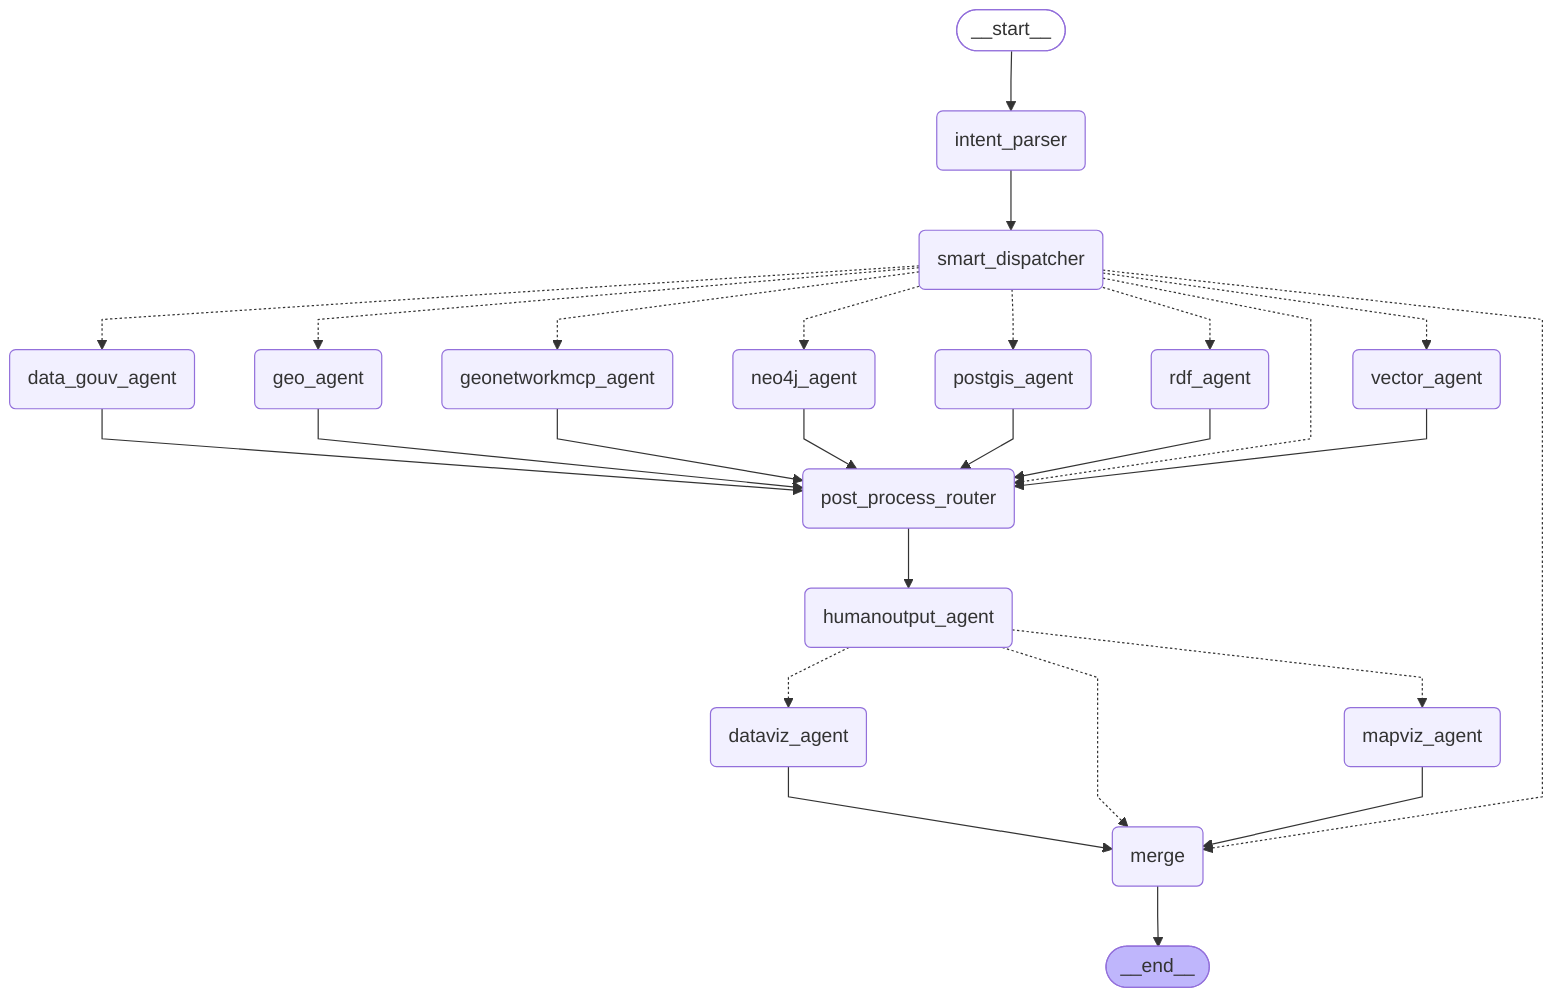
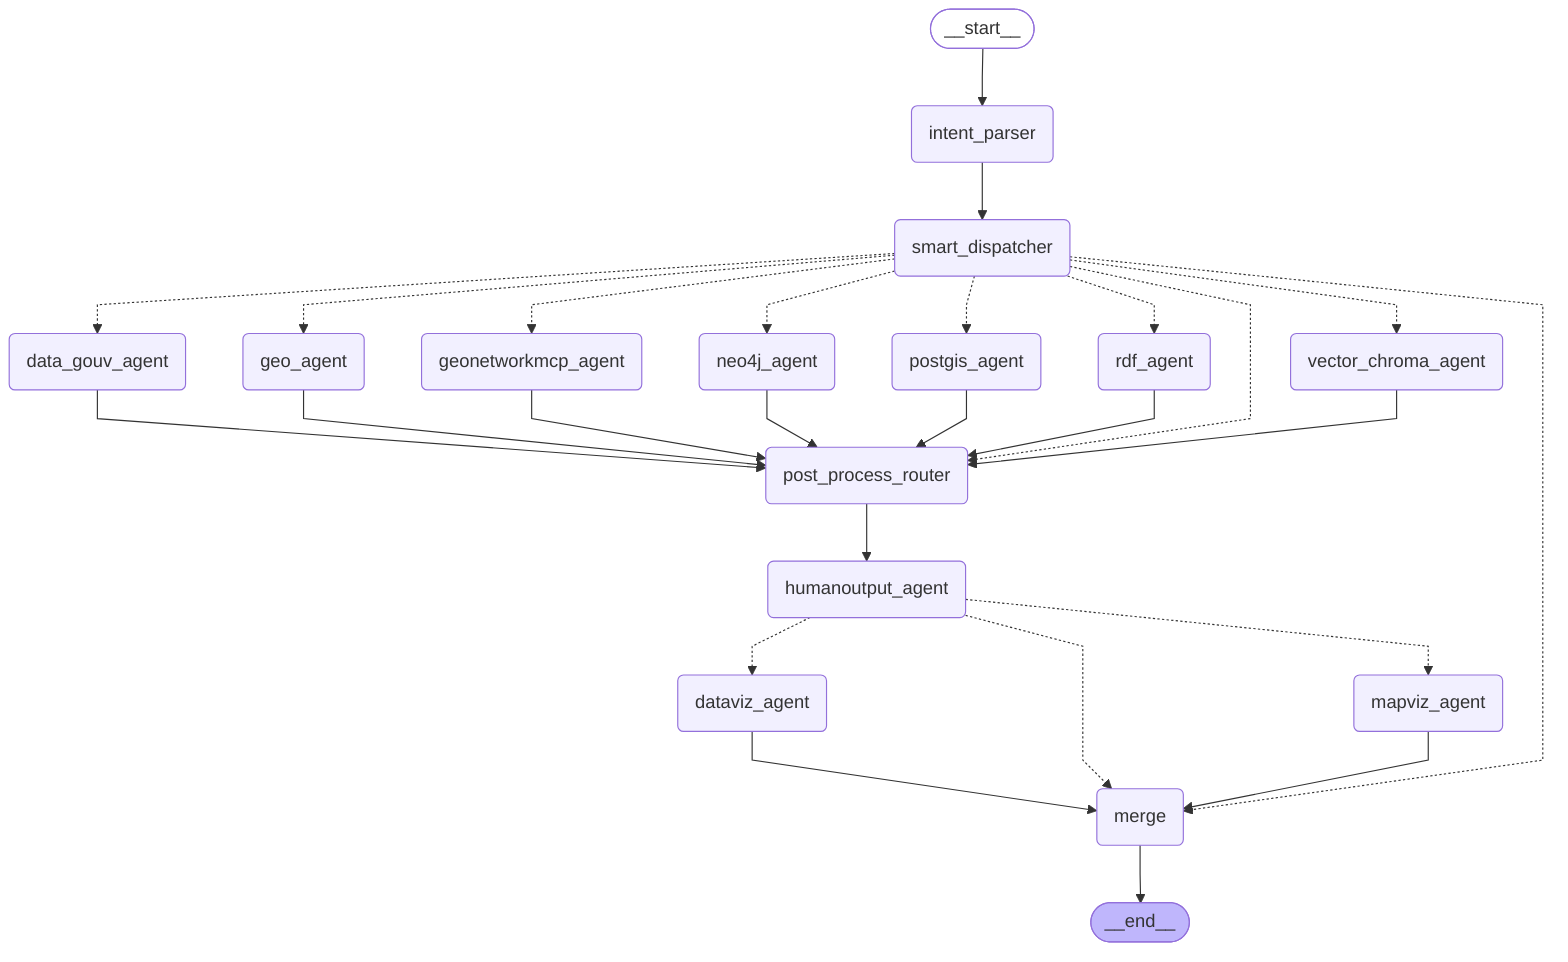
---
config:
  flowchart:
    curve: linear
---
graph TD;
	__start__([<p>__start__</p>]):::first
	merge(merge)
	post_process_router(post_process_router)
	mapviz_agent(mapviz_agent)
	dataviz_agent(dataviz_agent)
	humanoutput_agent(humanoutput_agent)
	neo4j_agent(neo4j_agent)
	rdf_agent(rdf_agent)
- 	vector_agent(vector_agent)
+ 	vector_chroma_agent(vector_chroma_agent)
	postgis_agent(postgis_agent)
	data_gouv_agent(data_gouv_agent)
	geo_agent(geo_agent)
	geonetworkmcp_agent(geonetworkmcp_agent)
	smart_dispatcher(smart_dispatcher)
	intent_parser(intent_parser)
	__end__([<p>__end__</p>]):::last
	__start__ --> intent_parser;
	data_gouv_agent --> post_process_router;
	dataviz_agent --> merge;
	geo_agent --> post_process_router;
	geonetworkmcp_agent --> post_process_router;
	humanoutput_agent -.-> dataviz_agent;
	humanoutput_agent -.-> mapviz_agent;
	humanoutput_agent -.-> merge;
	intent_parser --> smart_dispatcher;
	mapviz_agent --> merge;
	neo4j_agent --> post_process_router;
	post_process_router --> humanoutput_agent;
	postgis_agent --> post_process_router;
	rdf_agent --> post_process_router;
	smart_dispatcher -.-> data_gouv_agent;
	smart_dispatcher -.-> geo_agent;
	smart_dispatcher -.-> geonetworkmcp_agent;
	smart_dispatcher -.-> merge;
	smart_dispatcher -.-> neo4j_agent;
	smart_dispatcher -.-> post_process_router;
	smart_dispatcher -.-> postgis_agent;
	smart_dispatcher -.-> rdf_agent;
- 	smart_dispatcher -.-> vector_agent;
- 	vector_agent --> post_process_router;
+ 	smart_dispatcher -.-> vector_chroma_agent;
+ 	vector_chroma_agent --> post_process_router;
	merge --> __end__;
	classDef default fill:#f2f0ff,line-height:1.2
	classDef first fill-opacity:0
	classDef last fill:#bfb6fc
